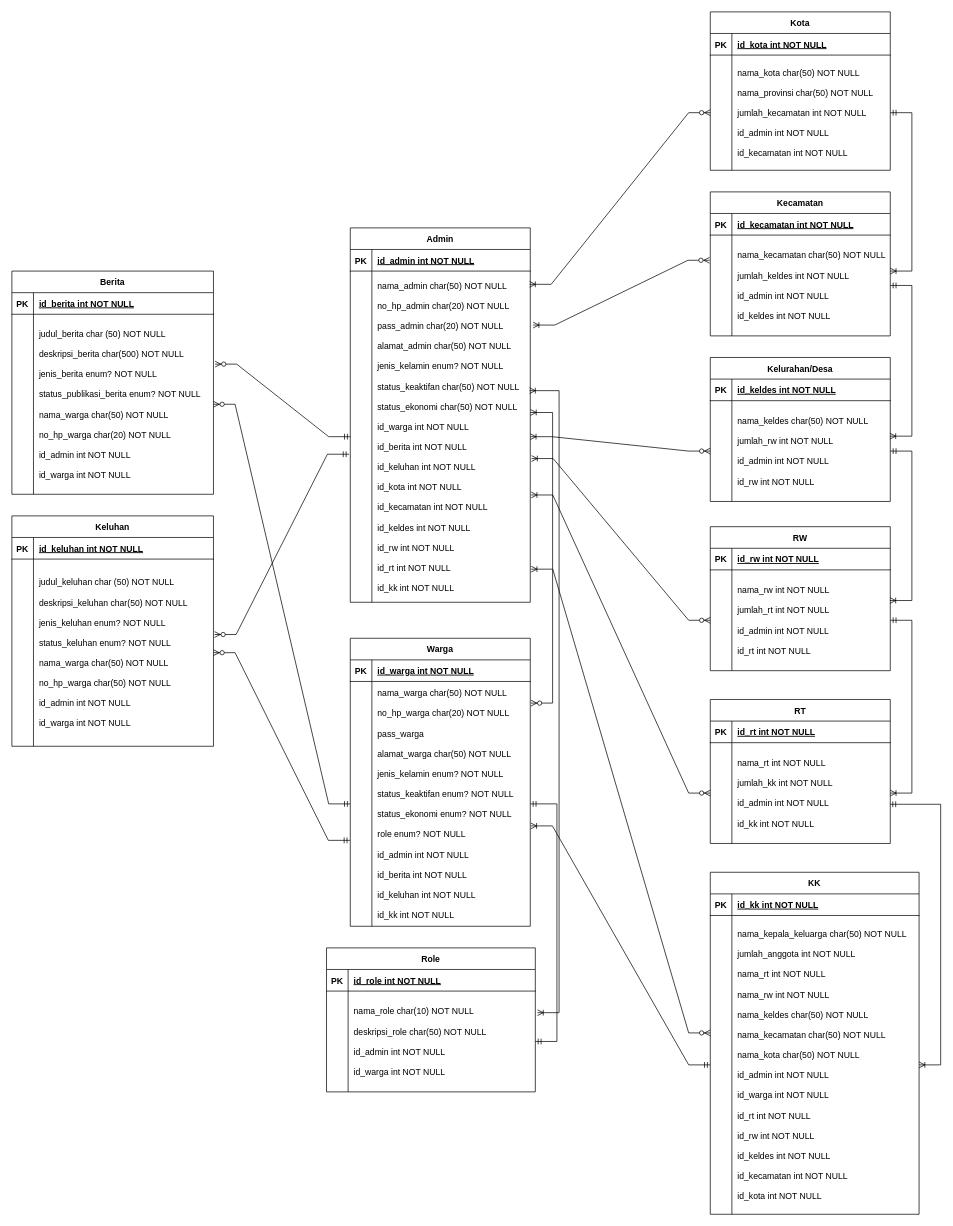
Earlier version of the draw.io diagram pertemuan-5/Revisi Logical ERD.drawio (nugrahaas/IF214002). Source tidied: cells renumbered, new cells numbered last; positions are measured from the earlier drawing's top-left corner, leaving out a move shared by most shapes. Both pictures are drawn from the tidied source at 72%, with x=0, y=0 at pixel (12, 12).
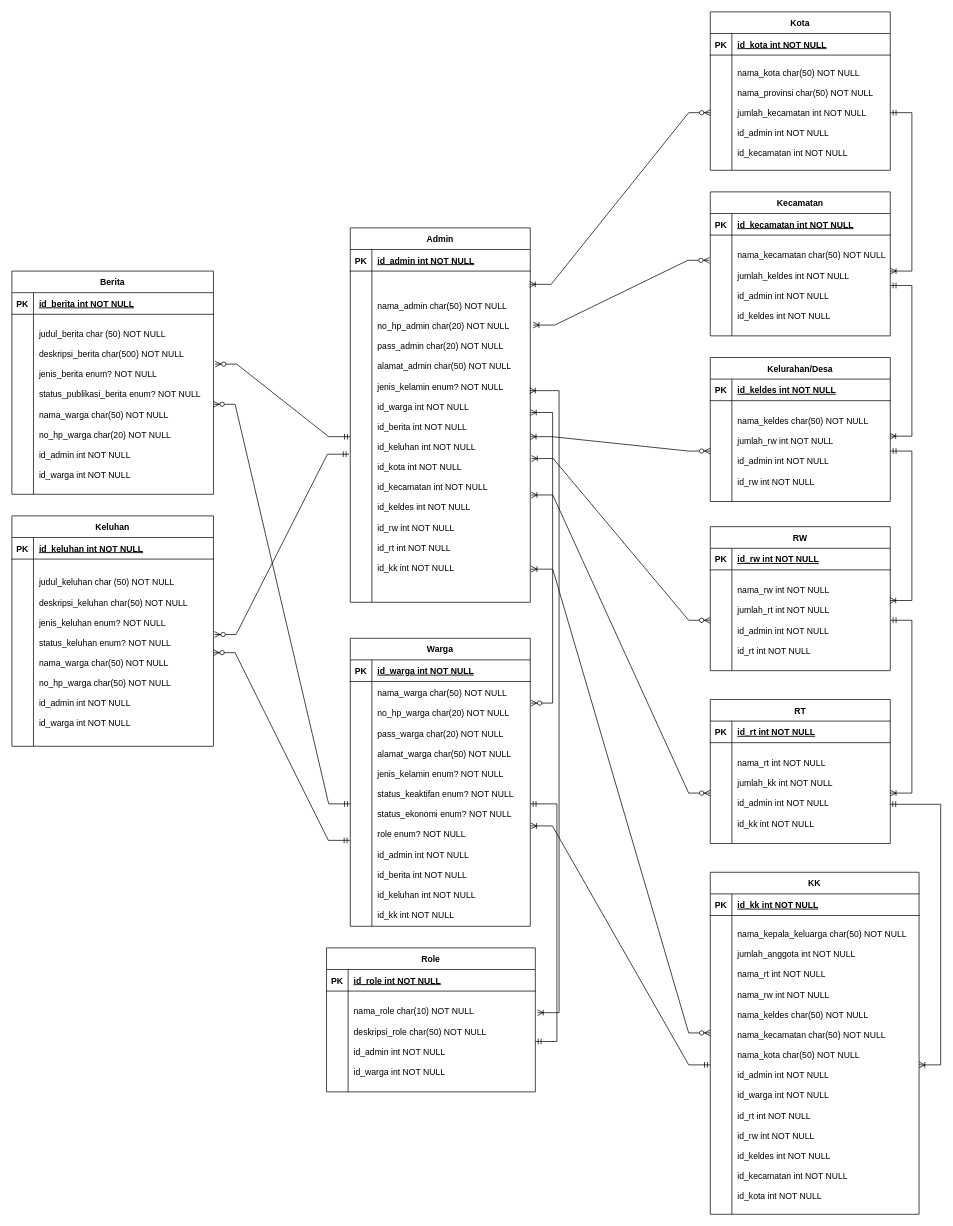
Above is the later version.

The change refers to these unchanged cells:
```xml
<mxCell id="27" style="shape=partialRectangle;fillColor=none;points=[[0,0.5],[1,0.5]];portConstraint=eastwest;top=0;left=0;right=0;bottom=0;" parent="23" vertex="1">
  <mxGeometry y="60" width="250" height="340" as="geometry" />
</mxCell>
<mxCell id="69" style="shape=partialRectangle;fillColor=none;points=[[0,0.5],[1,0.5]];portConstraint=eastwest;top=0;left=0;right=0;bottom=0;" parent="65" vertex="1">
  <mxGeometry y="60" width="250" height="460" as="geometry" />
</mxCell>
```

Diff of the diagram source:
```diff
@@
-    <mxCell id="29" value="nama_warga char(50) NOT NULL&#10;&#10;no_hp_warga char(20) NOT NULL&#10;&#10;pass_warga&#10;&#10;alamat_warga char(50) NOT NULL&#10;&#10;jenis_kelamin enum? NOT NULL&#10;&#10;status_keaktifan enum? NOT NULL&#10;&#10;status_ekonomi enum? NOT NULL&#10;&#10;role enum? NOT NULL&#10;&#10;id_admin int NOT NULL&#10;&#10;id_berita int NOT NULL&#10;&#10;id_keluhan int NOT NULL&#10;&#10;id_kk int NOT NULL" style="shape=partialRectangle;overflow=hidden;fillColor=none;top=0;left=0;bottom=0;right=0;align=left;spacingLeft=6;" parent="27" vertex="1">
+    <mxCell id="29" value="nama_warga char(50) NOT NULL&#10;&#10;no_hp_warga char(20) NOT NULL&#10;&#10;pass_warga char(20) NOT NULL&#10;&#10;alamat_warga char(50) NOT NULL&#10;&#10;jenis_kelamin enum? NOT NULL&#10;&#10;status_keaktifan enum? NOT NULL&#10;&#10;status_ekonomi enum? NOT NULL&#10;&#10;role enum? NOT NULL&#10;&#10;id_admin int NOT NULL&#10;&#10;id_berita int NOT NULL&#10;&#10;id_keluhan int NOT NULL&#10;&#10;id_kk int NOT NULL" style="shape=partialRectangle;overflow=hidden;fillColor=none;top=0;left=0;bottom=0;right=0;align=left;spacingLeft=6;" parent="27" vertex="1">
       <mxGeometry x="30" width="220" height="340" as="geometry" />
     </mxCell>
@@
-    <mxCell id="71" value="nama_admin char(50) NOT NULL&#10;&#10;no_hp_admin char(20) NOT NULL&#10;&#10;pass_admin char(20) NOT NULL&#10;&#10;alamat_admin char(50) NOT NULL&#10;&#10;jenis_kelamin enum? NOT NULL&#10;&#10;status_keaktifan char(50) NOT NULL&#10;&#10;status_ekonomi char(50) NOT NULL&#10;&#10;id_warga int NOT NULL&#10;&#10;id_berita int NOT NULL&#10;&#10;id_keluhan int NOT NULL&#10;&#10;id_kota int NOT NULL&#10;&#10;id_kecamatan int NOT NULL&#10;&#10;id_keldes int NOT NULL&#10;&#10;id_rw int NOT NULL&#10;&#10;id_rt int NOT NULL&#10;&#10;id_kk int NOT NULL" style="shape=partialRectangle;overflow=hidden;fillColor=none;top=0;left=0;bottom=0;right=0;align=left;spacingLeft=6;" parent="69" vertex="1">
+    <mxCell id="71" value="nama_admin char(50) NOT NULL&#10;&#10;no_hp_admin char(20) NOT NULL&#10;&#10;pass_admin char(20) NOT NULL&#10;&#10;alamat_admin char(50) NOT NULL&#10;&#10;jenis_kelamin enum? NOT NULL&#10;&#10;id_warga int NOT NULL&#10;&#10;id_berita int NOT NULL&#10;&#10;id_keluhan int NOT NULL&#10;&#10;id_kota int NOT NULL&#10;&#10;id_kecamatan int NOT NULL&#10;&#10;id_keldes int NOT NULL&#10;&#10;id_rw int NOT NULL&#10;&#10;id_rt int NOT NULL&#10;&#10;id_kk int NOT NULL" style="shape=partialRectangle;overflow=hidden;fillColor=none;top=0;left=0;bottom=0;right=0;align=left;spacingLeft=6;" parent="69" vertex="1">
       <mxGeometry x="30" width="220" height="460" as="geometry" />
     </mxCell>
```
